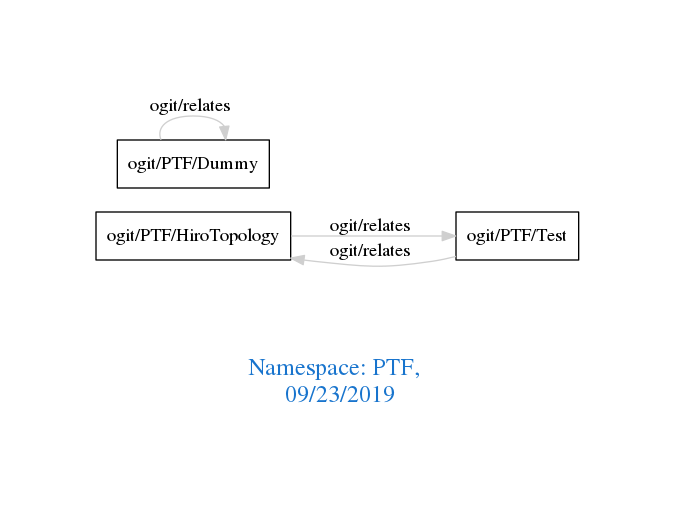
Earlier version of the Graphviz export downloads/PTF.png (arago/OGIT). Its source is kept beside it as downloads/PTF.dot.
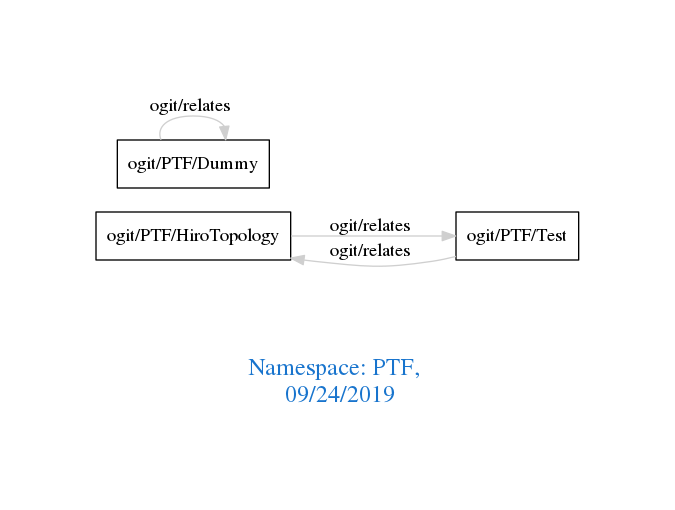
The same diagram one commit later.

Change to the diagram source:
```diff
@@ -1,7 +1,7 @@
 digraph OGIT_ontology {
  graph [ rankdir= LR,pad=1
 fontsize = 18,
-fontcolor= dodgerblue3,label = "\n\n\nNamespace: PTF, \n 09/23/2019"];
+fontcolor= dodgerblue3,label = "\n\n\nNamespace: PTF, \n 09/24/2019"];
 node[shape=polygon];
 edge [  color="gray81"];
 
```
